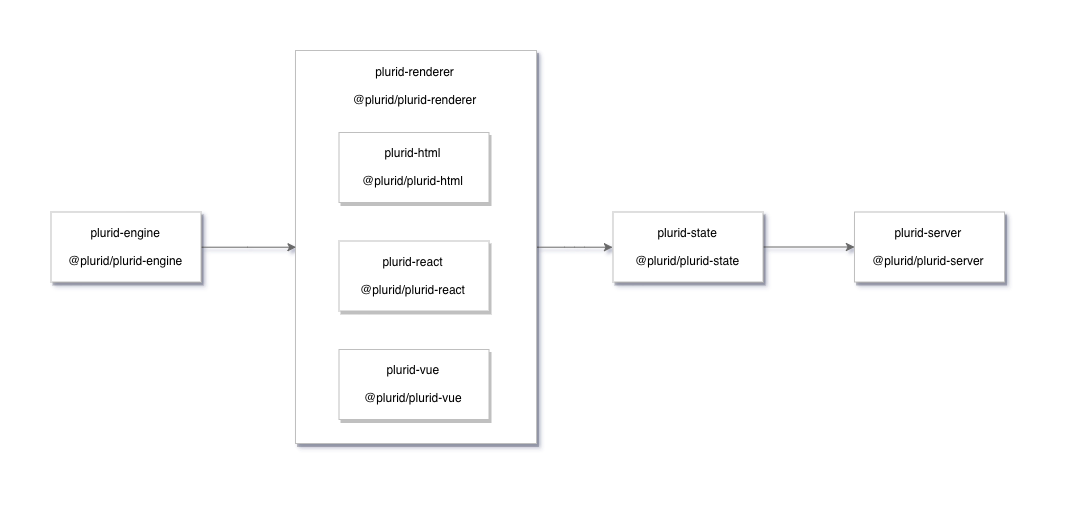
This is about/diagrams/plurid-flow.png from plurid/plurid, a draw.io export, as it was before one commit. Source tidied: cells renumbered, new cells last; positions are measured from the earlier drawing's top-left corner, leaving out a move shared by most shapes. Source of this version:
```xml
<mxGraphModel>
  <root>
    <mxCell id="0" />
    <mxCell id="1" parent="0" />
    <mxCell id="2" style="edgeStyle=orthogonalEdgeStyle;rounded=1;jettySize=auto;html=1;entryX=0;entryY=0.5;entryDx=0;entryDy=0;strokeColor=#696969;" parent="1" edge="1" source="3" target="7">
      <mxGeometry relative="1" as="geometry" />
    </mxCell>
    <mxCell id="3" style="rounded=0;whiteSpace=wrap;html=1;shadow=1;strokeColor=#BFBFBF;fillColor=#ffffff;" parent="1" vertex="1">
      <mxGeometry x="245" width="241" height="393" as="geometry" />
    </mxCell>
    <mxCell id="4" style="edgeStyle=orthogonalEdgeStyle;jettySize=auto;html=1;entryX=0;entryY=0.5;entryDx=0;entryDy=0;strokeColor=#696969;curved=1;" parent="1" edge="1" source="5" target="3">
      <mxGeometry relative="1" as="geometry" />
    </mxCell>
    <mxCell id="5" value="plurid-engine&lt;br&gt;&lt;br&gt;@plurid/plurid-engine&lt;br&gt;" style="html=1;rounded=0;shadow=1;strokeColor=#BFBFBF;" parent="1" vertex="1">
      <mxGeometry x="0.5" y="161.5" width="150" height="70" as="geometry" />
    </mxCell>
    <mxCell id="6" style="edgeStyle=orthogonalEdgeStyle;rounded=1;jettySize=auto;html=1;strokeColor=#696969;" parent="1" edge="1" source="7" target="12">
      <mxGeometry relative="1" as="geometry" />
    </mxCell>
    <mxCell id="7" value="plurid-state&lt;br&gt;&lt;br&gt;@plurid/plurid-state&lt;br&gt;" style="html=1;rounded=0;shadow=1;strokeColor=#BFBFBF;" parent="1" vertex="1">
      <mxGeometry x="562.5" y="161.5" width="150" height="70" as="geometry" />
    </mxCell>
    <mxCell id="8" value="plurid-html&lt;br&gt;&lt;br&gt;@plurid/plurid-html&lt;br&gt;" style="html=1;strokeColor=#BFBFBF;shadow=1;rounded=0;" parent="1" vertex="1">
      <mxGeometry x="288.5" y="82" width="150" height="70" as="geometry" />
    </mxCell>
    <mxCell id="9" value="plurid-react&lt;br&gt;&lt;br&gt;@plurid/plurid-react&lt;br&gt;" style="html=1;rounded=0;shadow=1;strokeColor=#BFBFBF;" parent="1" vertex="1">
      <mxGeometry x="288.5" y="190.5" width="150" height="70" as="geometry" />
    </mxCell>
    <mxCell id="10" value="plurid-vue&lt;br&gt;&lt;br&gt;@plurid/plurid-vue&lt;br&gt;" style="html=1;rounded=0;shadow=1;strokeColor=#BFBFBF;" parent="1" vertex="1">
      <mxGeometry x="288.5" y="299" width="150" height="70" as="geometry" />
    </mxCell>
    <mxCell id="11" value="plurid-renderer&lt;br&gt;&lt;br&gt;@plurid/plurid-renderer&lt;br&gt;" style="text;html=1;strokeColor=none;fillColor=none;align=center;verticalAlign=middle;whiteSpace=wrap;rounded=0;" parent="1" vertex="1">
      <mxGeometry x="285" y="9.5" width="157" height="51" as="geometry" />
    </mxCell>
    <mxCell id="12" value="plurid-server&lt;br&gt;&lt;br&gt;@plurid/plurid-server&lt;br&gt;" style="html=1;rounded=0;shadow=1;strokeColor=#BFBFBF;" parent="1" vertex="1">
      <mxGeometry x="804" y="161.5" width="150" height="70" as="geometry" />
    </mxCell>
  </root>
</mxGraphModel>
```
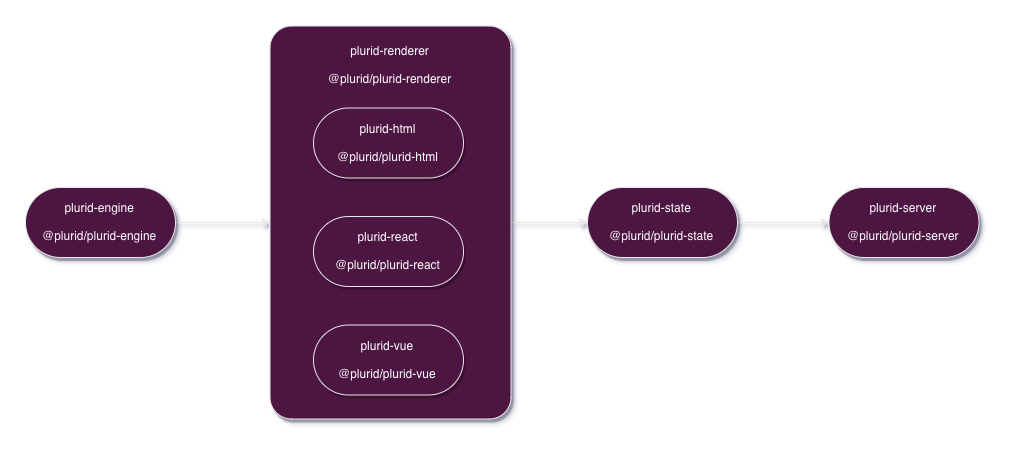
After the commit.

Commit message:
about: diagrams

Change to the diagram source:
```diff
@@ -2,37 +2,37 @@
   <root>
     <mxCell id="0" />
     <mxCell id="1" parent="0" />
-    <mxCell id="2" style="edgeStyle=orthogonalEdgeStyle;rounded=1;jettySize=auto;html=1;entryX=0;entryY=0.5;entryDx=0;entryDy=0;strokeColor=#696969;" parent="1" edge="1" source="3" target="7">
+    <mxCell id="2" style="edgeStyle=orthogonalEdgeStyle;rounded=1;jettySize=auto;html=1;entryX=0;entryY=0.5;entryDx=0;entryDy=0;strokeColor=#E6E6E6;" parent="1" edge="1" source="3" target="7">
       <mxGeometry relative="1" as="geometry" />
     </mxCell>
-    <mxCell id="3" style="rounded=0;whiteSpace=wrap;html=1;shadow=1;strokeColor=#BFBFBF;fillColor=#ffffff;" parent="1" vertex="1">
+    <mxCell id="3" style="rounded=1;whiteSpace=wrap;html=1;shadow=1;strokeColor=#E6E6E6;fillColor=#4D1443;fontColor=#FCFCFC;gradientColor=none;arcSize=9;" parent="1" vertex="1">
       <mxGeometry x="245" width="241" height="393" as="geometry" />
     </mxCell>
-    <mxCell id="4" style="edgeStyle=orthogonalEdgeStyle;jettySize=auto;html=1;entryX=0;entryY=0.5;entryDx=0;entryDy=0;strokeColor=#696969;curved=1;" parent="1" edge="1" source="5" target="3">
+    <mxCell id="4" style="edgeStyle=orthogonalEdgeStyle;jettySize=auto;html=1;entryX=0;entryY=0.5;entryDx=0;entryDy=0;strokeColor=#E6E6E6;curved=1;" parent="1" edge="1" source="5" target="3">
       <mxGeometry relative="1" as="geometry" />
     </mxCell>
-    <mxCell id="5" value="plurid-engine&lt;br&gt;&lt;br&gt;@plurid/plurid-engine&lt;br&gt;" style="html=1;rounded=0;shadow=1;strokeColor=#BFBFBF;" parent="1" vertex="1">
+    <mxCell id="5" value="plurid-engine&lt;br&gt;&lt;br&gt;@plurid/plurid-engine&lt;br&gt;" style="html=1;rounded=1;shadow=1;strokeColor=#E6E6E6;fontColor=#FCFCFC;fillColor=#4D1443;gradientColor=none;arcSize=50;" parent="1" vertex="1">
       <mxGeometry x="0.5" y="161.5" width="150" height="70" as="geometry" />
     </mxCell>
-    <mxCell id="6" style="edgeStyle=orthogonalEdgeStyle;rounded=1;jettySize=auto;html=1;strokeColor=#696969;" parent="1" edge="1" source="7" target="12">
+    <mxCell id="6" style="edgeStyle=orthogonalEdgeStyle;rounded=1;jettySize=auto;html=1;strokeColor=#E6E6E6;" parent="1" edge="1" source="7" target="12">
       <mxGeometry relative="1" as="geometry" />
     </mxCell>
-    <mxCell id="7" value="plurid-state&lt;br&gt;&lt;br&gt;@plurid/plurid-state&lt;br&gt;" style="html=1;rounded=0;shadow=1;strokeColor=#BFBFBF;" parent="1" vertex="1">
+    <mxCell id="7" value="plurid-state&lt;br&gt;&lt;br&gt;@plurid/plurid-state&lt;br&gt;" style="html=1;rounded=1;shadow=1;strokeColor=#E6E6E6;fontColor=#FCFCFC;fillColor=#4D1443;gradientColor=none;arcSize=50;glass=0;comic=0;" parent="1" vertex="1">
       <mxGeometry x="562.5" y="161.5" width="150" height="70" as="geometry" />
     </mxCell>
-    <mxCell id="8" value="plurid-html&lt;br&gt;&lt;br&gt;@plurid/plurid-html&lt;br&gt;" style="html=1;strokeColor=#BFBFBF;shadow=1;rounded=0;" parent="1" vertex="1">
+    <mxCell id="8" value="plurid-html&lt;br&gt;&lt;br&gt;@plurid/plurid-html&lt;br&gt;" style="html=1;strokeColor=#E6E6E6;shadow=1;rounded=1;fontColor=#FCFCFC;fillColor=#4D1443;gradientColor=none;arcSize=50;" parent="1" vertex="1">
       <mxGeometry x="288.5" y="82" width="150" height="70" as="geometry" />
     </mxCell>
-    <mxCell id="9" value="plurid-react&lt;br&gt;&lt;br&gt;@plurid/plurid-react&lt;br&gt;" style="html=1;rounded=0;shadow=1;strokeColor=#BFBFBF;" parent="1" vertex="1">
+    <mxCell id="9" value="plurid-react&lt;br&gt;&lt;br&gt;@plurid/plurid-react&lt;br&gt;" style="html=1;rounded=1;shadow=1;strokeColor=#E6E6E6;fontColor=#FCFCFC;fillColor=#4D1443;gradientColor=none;arcSize=50;" parent="1" vertex="1">
       <mxGeometry x="288.5" y="190.5" width="150" height="70" as="geometry" />
     </mxCell>
-    <mxCell id="10" value="plurid-vue&lt;br&gt;&lt;br&gt;@plurid/plurid-vue&lt;br&gt;" style="html=1;rounded=0;shadow=1;strokeColor=#BFBFBF;" parent="1" vertex="1">
+    <mxCell id="10" value="plurid-vue&lt;br&gt;&lt;br&gt;@plurid/plurid-vue&lt;br&gt;" style="html=1;rounded=1;shadow=1;strokeColor=#E6E6E6;fontColor=#FCFCFC;fillColor=#4D1443;gradientColor=none;arcSize=50;" parent="1" vertex="1">
       <mxGeometry x="288.5" y="299" width="150" height="70" as="geometry" />
     </mxCell>
-    <mxCell id="11" value="plurid-renderer&lt;br&gt;&lt;br&gt;@plurid/plurid-renderer&lt;br&gt;" style="text;html=1;strokeColor=none;fillColor=none;align=center;verticalAlign=middle;whiteSpace=wrap;rounded=0;" parent="1" vertex="1">
-      <mxGeometry x="285" y="9.5" width="157" height="51" as="geometry" />
+    <mxCell id="11" value="&lt;font color=&quot;#fafafa&quot;&gt;plurid-renderer&lt;br&gt;&lt;br&gt;@plurid/plurid-renderer&lt;/font&gt;&lt;br&gt;" style="text;html=1;strokeColor=none;fillColor=none;align=center;verticalAlign=middle;whiteSpace=wrap;rounded=0;" parent="1" vertex="1">
+      <mxGeometry x="285" y="13.5" width="157" height="51" as="geometry" />
     </mxCell>
-    <mxCell id="12" value="plurid-server&lt;br&gt;&lt;br&gt;@plurid/plurid-server&lt;br&gt;" style="html=1;rounded=0;shadow=1;strokeColor=#BFBFBF;" parent="1" vertex="1">
+    <mxCell id="12" value="plurid-server&lt;br&gt;&lt;br&gt;@plurid/plurid-server&lt;br&gt;" style="html=1;rounded=1;shadow=1;strokeColor=#E6E6E6;fillColor=#4D1443;fontColor=#FCFCFC;gradientColor=none;arcSize=50;" parent="1" vertex="1">
       <mxGeometry x="804" y="161.5" width="150" height="70" as="geometry" />
     </mxCell>
   </root>
```
